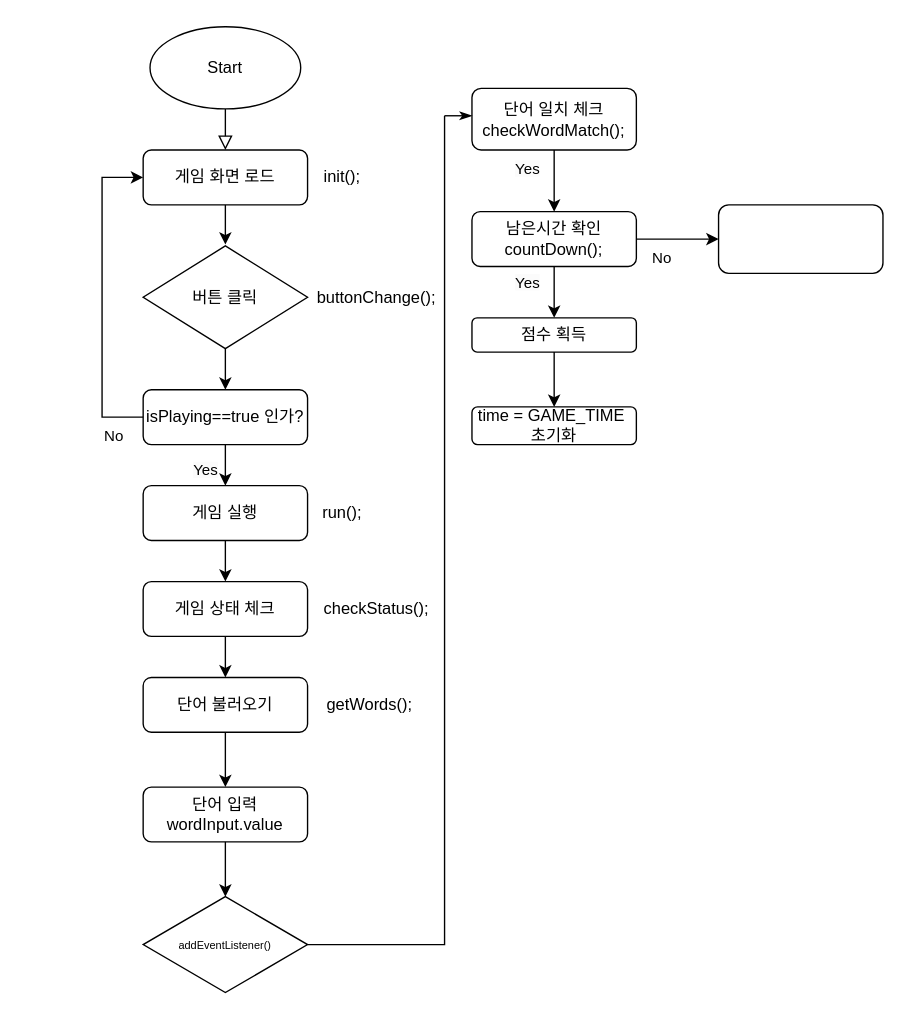
Earlier version of the draw.io diagram 제목 없는 다이어그램.drawio (begin2ee/-). Source tidied: cells renumbered, new cells numbered last; positions are measured from the earlier drawing's top-left corner, leaving out a move shared by most shapes. Both pictures are drawn from the tidied source at 137%, with x=0, y=0 at pixel (101, 26).
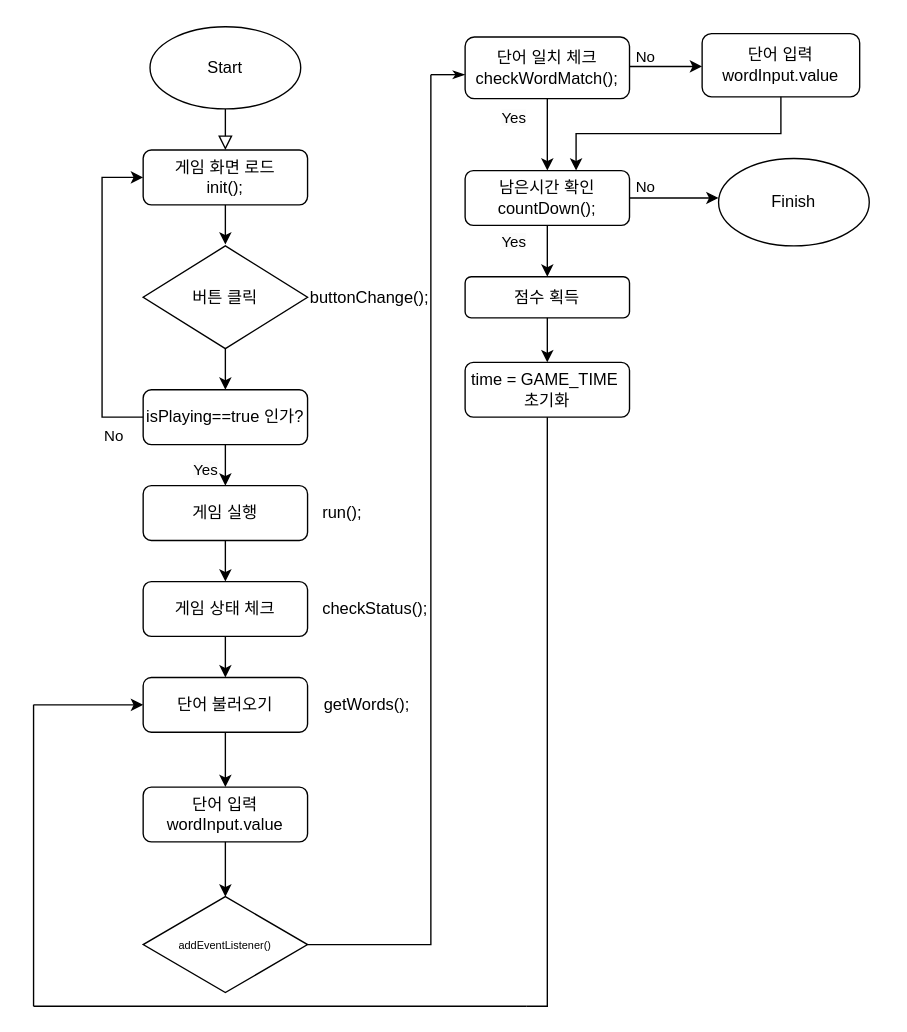
Above is the later version.

Commit message (it also covers changes not shown here):
제목 없는 다이어그램.drawio 업데이트

Unchanged cells that the change refers to:
```xml
<mxCell id="28" value="&lt;font style=&quot;font-size: 8px;&quot;&gt;addEventListener()&lt;/font&gt;" style="rhombus;whiteSpace=wrap;html=1;fillColor=none;" parent="1" vertex="1">
  <mxGeometry x="30" y="635" width="120" height="70" as="geometry" />
</mxCell>
<mxCell id="34" value="단어 불러오기" style="rounded=1;whiteSpace=wrap;html=1;fontSize=12;fillColor=none;" parent="1" vertex="1">
  <mxGeometry x="30" y="475" width="120" height="40" as="geometry" />
</mxCell>
```

The edit, as a diff of the source:
```diff
@@
-    <mxCell id="4" value="게임 화면 로드" style="rounded=1;whiteSpace=wrap;html=1;fontSize=12;glass=0;strokeWidth=1;shadow=0;" parent="1" vertex="1">
+    <mxCell id="4" value="게임 화면 로드&lt;br&gt;init();" style="rounded=1;whiteSpace=wrap;html=1;fontSize=12;glass=0;strokeWidth=1;shadow=0;" parent="1" vertex="1">
       <mxGeometry x="30" y="90" width="120" height="40" as="geometry" />
     </mxCell>
@@
-    <mxCell id="6" value="init();" style="text;html=1;align=center;verticalAlign=middle;strokeColor=none;fillColor=none;" parent="1" vertex="1">
-      <mxGeometry x="150" y="95" width="50" height="30" as="geometry" />
-    </mxCell>
@@
     <mxCell id="21" value="checkStatus();" style="text;html=1;align=center;verticalAlign=middle;strokeColor=none;fillColor=none;" parent="1" vertex="1">
-      <mxGeometry x="150" y="410" width="100" height="30" as="geometry" />
+      <mxGeometry x="149" y="410" width="100" height="30" as="geometry" />
     </mxCell>
     <mxCell id="22" style="edgeStyle=elbowEdgeStyle;rounded=0;jettySize=auto;elbow=vertical;html=1;shadow=0;endArrow=none;endFill=0;exitX=1;exitY=0.5;exitDx=0;exitDy=0;" parent="1" edge="1" source="28">
       <mxGeometry relative="1" as="geometry">
-        <mxPoint x="250" y="65" as="targetPoint" />
+        <mxPoint x="240" y="35" as="targetPoint" />
         <Array as="points">
-          <mxPoint x="200" y="670" />
+          <mxPoint x="240" y="670" />
           <mxPoint x="250" y="495" />
           <mxPoint x="200" y="495" />
         </Array>
       </mxGeometry>
     </mxCell>
@@
     <mxCell id="25" style="edgeStyle=elbowEdgeStyle;rounded=0;jettySize=auto;elbow=vertical;html=1;shadow=0;endArrow=none;endFill=0;startArrow=classicThin;startFill=1;" parent="1" edge="1" source="27">
       <mxGeometry relative="1" as="geometry">
-        <mxPoint x="250" y="65" as="targetPoint" />
+        <mxPoint x="240" y="35" as="targetPoint" />
       </mxGeometry>
     </mxCell>
@@
+    <mxCell id="42" style="edgeStyle=elbowEdgeStyle;rounded=0;jettySize=auto;elbow=vertical;html=1;shadow=0;fontSize=12;startArrow=none;startFill=0;endArrow=classic;endFill=1;" parent="1" edge="1" source="27" target="47">
+      <mxGeometry relative="1" as="geometry" />
+    </mxCell>
     <mxCell id="27" value="단어 일치 체크&lt;br&gt;checkWordMatch();" style="rounded=1;whiteSpace=wrap;html=1;fillColor=none;" parent="1" vertex="1">
-      <mxGeometry x="270" y="45" width="120" height="45" as="geometry" />
+      <mxGeometry x="265" y="7.5" width="120" height="45" as="geometry" />
     </mxCell>
@@
     <mxCell id="29" value="&lt;font style=&quot;font-size: 12px;&quot;&gt;buttonChange();&lt;/font&gt;" style="text;html=1;align=center;verticalAlign=middle;strokeColor=none;fillColor=none;fontSize=8;" parent="1" vertex="1">
-      <mxGeometry x="145" y="182.5" width="110" height="30" as="geometry" />
+      <mxGeometry x="140" y="182.5" width="110" height="30" as="geometry" />
     </mxCell>
@@
-    <mxCell id="31" value="점수 획득" style="whiteSpace=wrap;html=1;fillColor=none;rounded=1;" parent="1" vertex="1">
-      <mxGeometry x="270" y="212.5" width="120" height="25" as="geometry" />
-    </mxCell>
     <mxCell id="32" value="&lt;span style=&quot;color: rgb(0, 0, 0); font-family: Helvetica; font-size: 11px; font-style: normal; font-variant-ligatures: normal; font-variant-caps: normal; font-weight: 400; letter-spacing: normal; orphans: 2; text-align: center; text-indent: 0px; text-transform: none; widows: 2; word-spacing: 0px; -webkit-text-stroke-width: 0px; background-color: rgb(251, 251, 251); text-decoration-thickness: initial; text-decoration-style: initial; text-decoration-color: initial; float: none; display: inline !important;&quot;&gt;Yes&lt;/span&gt;" style="text;whiteSpace=wrap;html=1;" parent="1" vertex="1">
-      <mxGeometry x="300" y="90" width="50" height="40" as="geometry" />
+      <mxGeometry x="290" y="142.5" width="50" height="40" as="geometry" />
     </mxCell>
+    <mxCell id="43" style="edgeStyle=elbowEdgeStyle;rounded=0;jettySize=auto;elbow=vertical;html=1;shadow=0;fontSize=12;startArrow=none;startFill=0;endArrow=none;endFill=0;" parent="1" edge="1" source="33">
+      <mxGeometry relative="1" as="geometry">
+        <mxPoint x="310" y="715" as="targetPoint" />
+        <Array as="points">
+          <mxPoint x="325" y="715" />
+          <mxPoint x="325" y="625" />
+          <mxPoint x="325" y="565" />
+          <mxPoint x="325" y="345" />
+          <mxPoint x="325" y="315" />
+          <mxPoint x="310" y="725" />
+          <mxPoint x="310" y="695" />
+          <mxPoint x="310" y="585" />
+        </Array>
+      </mxGeometry>
+    </mxCell>
     <mxCell id="33" value="time = GAME_TIME&amp;nbsp;&lt;br&gt;초기화" style="whiteSpace=wrap;html=1;fillColor=none;rounded=1;" parent="1" vertex="1">
-      <mxGeometry x="270" y="277.5" width="120" height="27.5" as="geometry" />
+      <mxGeometry x="265" y="245" width="120" height="40" as="geometry" />
     </mxCell>
+    <mxCell id="44" style="edgeStyle=elbowEdgeStyle;rounded=0;jettySize=auto;elbow=vertical;html=1;shadow=0;fontSize=12;startArrow=classic;startFill=1;endArrow=none;endFill=0;" parent="1" edge="1" source="34">
+      <mxGeometry relative="1" as="geometry">
+        <mxPoint x="-50" y="495" as="targetPoint" />
+      </mxGeometry>
+    </mxCell>
@@
     <mxCell id="35" value="getWords();" style="text;html=1;align=center;verticalAlign=middle;strokeColor=none;fillColor=none;fontSize=12;" parent="1" vertex="1">
-      <mxGeometry x="150" y="480" width="90" height="30" as="geometry" />
+      <mxGeometry x="148" y="480" width="90" height="30" as="geometry" />
     </mxCell>
@@
-    <mxCell id="37" style="edgeStyle=elbowEdgeStyle;rounded=0;jettySize=auto;elbow=vertical;html=1;shadow=0;fontSize=12;startArrow=none;startFill=0;endArrow=classic;endFill=1;" parent="1" edge="1" source="38" target="40">
-      <mxGeometry relative="1" as="geometry" />
-    </mxCell>
+    <mxCell id="45" style="edgeStyle=elbowEdgeStyle;rounded=0;jettySize=auto;elbow=vertical;html=1;shadow=0;fontSize=12;startArrow=none;startFill=0;endArrow=classic;endFill=1;" parent="1" edge="1" source="38">
+      <mxGeometry relative="1" as="geometry">
+        <mxPoint x="450" y="125" as="targetPoint" />
+        <Array as="points">
+          <mxPoint x="400" y="125" />
+        </Array>
+      </mxGeometry>
+    </mxCell>
     <mxCell id="38" value="남은시간 확인&lt;br&gt;countDown();" style="rounded=1;whiteSpace=wrap;html=1;fontSize=12;fillColor=none;" parent="1" vertex="1">
-      <mxGeometry x="270" y="135" width="120" height="40" as="geometry" />
+      <mxGeometry x="265" y="105" width="120" height="40" as="geometry" />
     </mxCell>
+    <mxCell id="41" value="&lt;div style=&quot;text-align: center;&quot;&gt;&lt;span style=&quot;background-color: initial; font-size: 11px;&quot;&gt;No&lt;/span&gt;&lt;/div&gt;" style="text;whiteSpace=wrap;html=1;" parent="1" vertex="1">
+      <mxGeometry x="388" y="102.5" width="50" height="40" as="geometry" />
+    </mxCell>
+    <mxCell id="31" value="점수 획득" style="rounded=1;whiteSpace=wrap;html=1;fontSize=12;fillColor=none;" parent="1" vertex="1">
+      <mxGeometry x="265" y="182.5" width="120" height="30" as="geometry" />
+    </mxCell>
+    <mxCell id="46" style="edgeStyle=elbowEdgeStyle;rounded=0;jettySize=auto;elbow=vertical;html=1;shadow=0;fontSize=12;startArrow=none;startFill=0;endArrow=classic;endFill=1;" parent="1" edge="1" source="47">
+      <mxGeometry relative="1" as="geometry">
+        <mxPoint x="346" y="105" as="targetPoint" />
+      </mxGeometry>
+    </mxCell>
+    <mxCell id="47" value="단어 입력&lt;br&gt;wordInput.value" style="whiteSpace=wrap;html=1;fillColor=none;rounded=1;" parent="1" vertex="1">
+      <mxGeometry x="438" y="5" width="115" height="46.2" as="geometry" />
+    </mxCell>
     <mxCell id="39" value="&lt;span style=&quot;color: rgb(0, 0, 0); font-family: Helvetica; font-size: 11px; font-style: normal; font-variant-ligatures: normal; font-variant-caps: normal; font-weight: 400; letter-spacing: normal; orphans: 2; text-align: center; text-indent: 0px; text-transform: none; widows: 2; word-spacing: 0px; -webkit-text-stroke-width: 0px; background-color: rgb(251, 251, 251); text-decoration-thickness: initial; text-decoration-style: initial; text-decoration-color: initial; float: none; display: inline !important;&quot;&gt;Yes&lt;/span&gt;" style="text;whiteSpace=wrap;html=1;" parent="1" vertex="1">
-      <mxGeometry x="300" y="172.5" width="50" height="40" as="geometry" />
+      <mxGeometry x="290" y="52.5" width="50" height="40" as="geometry" />
     </mxCell>
-    <mxCell id="40" style="whiteSpace=wrap;html=1;fillColor=none;rounded=1;" parent="1" vertex="1">
-      <mxGeometry x="450" y="130" width="120" height="50" as="geometry" />
-    </mxCell>
-    <mxCell id="41" value="&lt;div style=&quot;text-align: center;&quot;&gt;&lt;span style=&quot;background-color: initial; font-size: 11px;&quot;&gt;No&lt;/span&gt;&lt;/div&gt;" style="text;whiteSpace=wrap;html=1;" parent="1" vertex="1">
-      <mxGeometry x="400" y="155" width="50" height="40" as="geometry" />
-    </mxCell>
+    <mxCell id="48" value="&lt;div style=&quot;text-align: center;&quot;&gt;&lt;span style=&quot;background-color: initial; font-size: 11px;&quot;&gt;No&lt;/span&gt;&lt;/div&gt;" style="text;whiteSpace=wrap;html=1;" parent="1" vertex="1">
+      <mxGeometry x="388" y="7.5" width="50" height="40" as="geometry" />
+    </mxCell>
+    <mxCell id="49" value="Finish" style="ellipse;whiteSpace=wrap;html=1;fontSize=12;fillColor=none;" parent="1" vertex="1">
+      <mxGeometry x="450" y="96.2" width="110" height="63.8" as="geometry" />
+    </mxCell>
+    <mxCell id="50" style="endArrow=none;html=1;rounded=0;shadow=0;fontSize=12;elbow=vertical;" parent="1" edge="1">
+      <mxGeometry relative="1" as="geometry">
+        <mxPoint x="-50" y="715" as="sourcePoint" />
+        <mxPoint x="-50" y="495" as="targetPoint" />
+      </mxGeometry>
+    </mxCell>
+    <mxCell id="51" style="endArrow=none;html=1;rounded=0;shadow=0;fontSize=12;elbow=vertical;" parent="1" edge="1">
+      <mxGeometry relative="1" as="geometry">
+        <mxPoint x="-50" y="715" as="sourcePoint" />
+        <mxPoint x="310" y="715" as="targetPoint" />
+      </mxGeometry>
+    </mxCell>
+    <mxCell id="52" style="edgeStyle=elbowEdgeStyle;rounded=0;orthogonalLoop=1;jettySize=auto;elbow=vertical;html=1;exitX=0.5;exitY=0;exitDx=0;exitDy=0;shadow=0;fontSize=12;startArrow=classic;startFill=1;endArrow=none;endFill=0;" parent="1" edge="1" source="47" target="47">
+      <mxGeometry relative="1" as="geometry" />
+    </mxCell>
```
